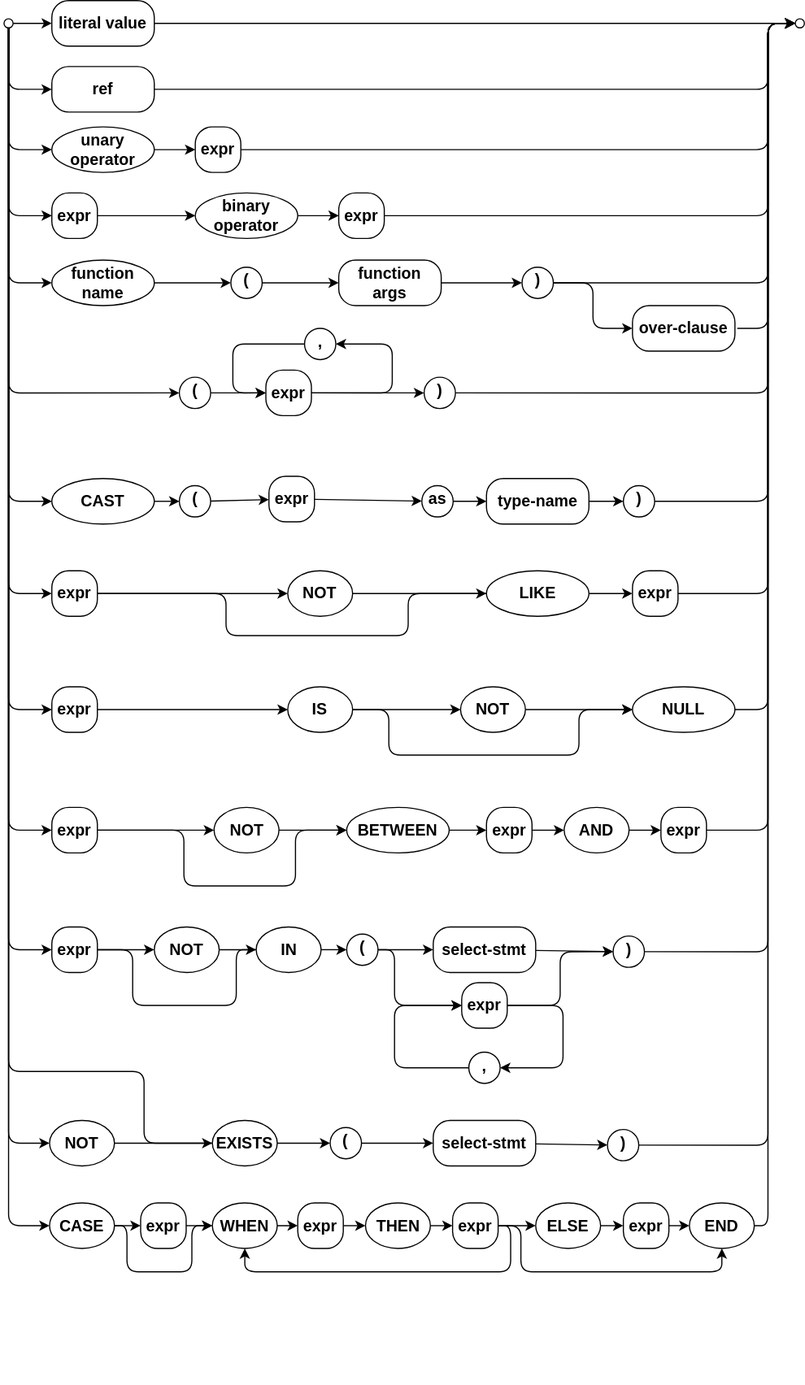
The draw.io diagram assets/cxl/expr.drawio.svg in capire/docs, before a commit. Source tidied: cells renumbered, new cells last; positions are measured from the earlier drawing's top-left corner, leaving out a move shared by most shapes.
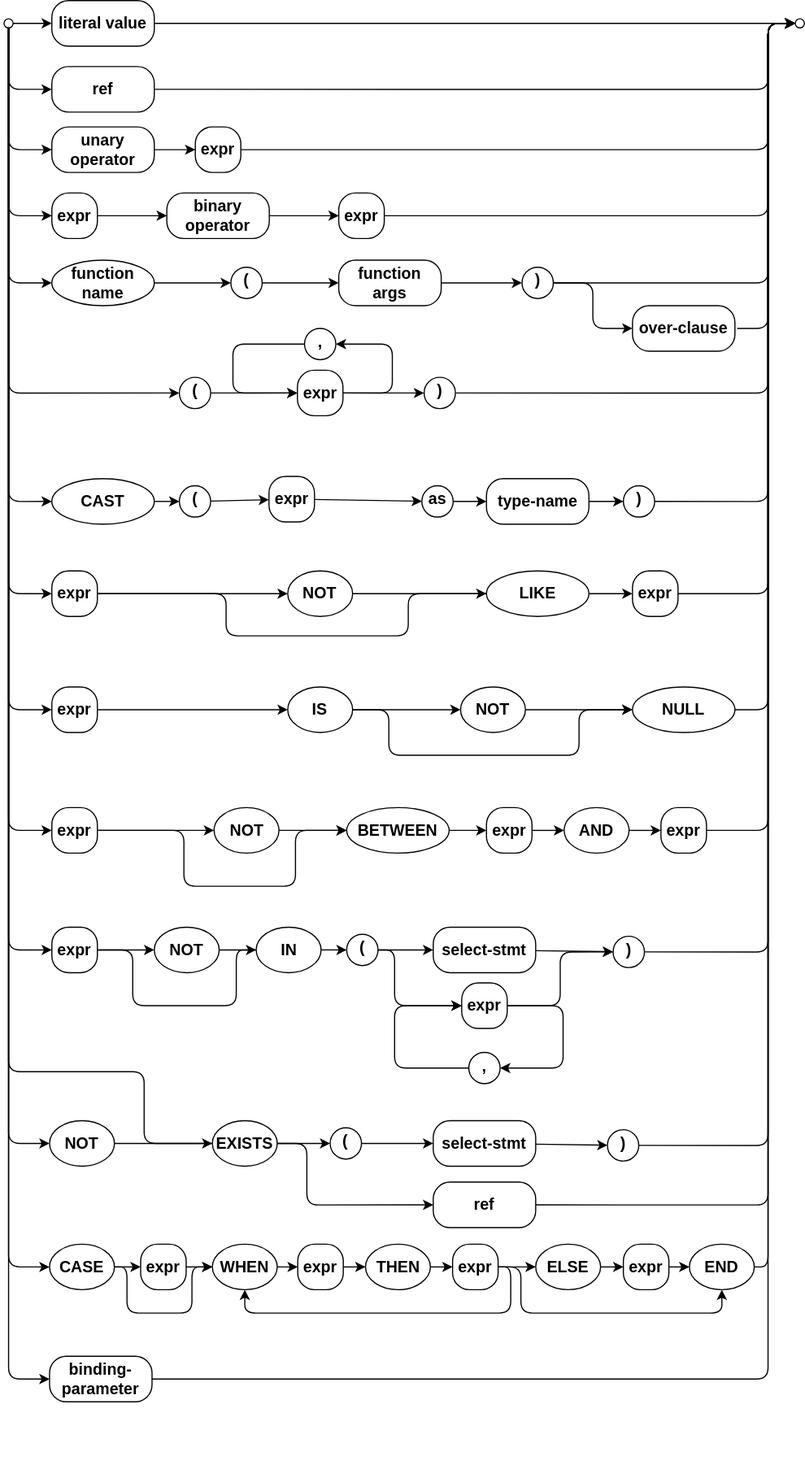
After the commit.

What changed in the source:
```diff
@@ -5,3 +5,3 @@
     <mxCell id="2" value="Best viewed with the &lt;a href=&quot;https://github.com/ariel-bentu/tam-drawio&quot;&gt;TAM plugin&lt;/a&gt;" style="text;html=1;shape=tamPluginMissing;" parent="1" vertex="1">
-      <mxGeometry x="481" y="1191" width="200" height="25" as="geometry" />
+      <mxGeometry x="272.5" y="1261" width="200" height="25" as="geometry" />
     </mxCell>
@@ -26,8 +26,5 @@
     </mxCell>
-    <mxCell id="8" style="edgeStyle=entityRelationEdgeStyle;startArrow=none;endArrow=classic;segment=10;curved=1;sourcePerimeterSpacing=0;targetPerimeterSpacing=0;endFill=1;textDirection=ltr;verticalAlign=middle;spacing=2;strokeWidth=1;fontSize=14;fontStyle=1;horizontal=1;html=1;labelBorderColor=none;textShadow=0;" parent="1" edge="1" source="9" target="14">
+    <mxCell id="8" style="edgeStyle=entityRelationEdgeStyle;startArrow=none;endArrow=classic;segment=10;curved=1;sourcePerimeterSpacing=0;targetPerimeterSpacing=0;endFill=1;textDirection=ltr;verticalAlign=middle;spacing=2;strokeWidth=1;fontSize=14;fontStyle=1;horizontal=1;html=1;labelBorderColor=none;textShadow=0;exitX=1;exitY=0.5;exitDx=0;exitDy=0;" parent="1" edge="1" source="9" target="14">
       <mxGeometry relative="1" as="geometry" />
     </mxCell>
-    <mxCell id="9" value="unary operator" style="ellipse;align=center;newEdgeStyle={&quot;edgeStyle&quot;:&quot;entityRelationEdgeStyle&quot;,&quot;startArrow&quot;:&quot;none&quot;,&quot;endArrow&quot;:&quot;none&quot;,&quot;segment&quot;:10,&quot;curved&quot;:1,&quot;sourcePerimeterSpacing&quot;:0,&quot;targetPerimeterSpacing&quot;:0};textDirection=ltr;verticalAlign=middle;spacing=2;strokeWidth=1;fontSize=14;fontStyle=1;horizontal=1;whiteSpace=wrap;html=1;labelBorderColor=none;textShadow=0;" parent="1" vertex="1">
-      <mxGeometry x="42" y="111" width="90" height="40" as="geometry" />
-    </mxCell>
     <mxCell id="10" value="literal value" style="rounded=1;strokeWidth=1;arcSize=37;textDirection=ltr;verticalAlign=middle;spacing=2;fontSize=14;fontStyle=1;horizontal=1;whiteSpace=wrap;html=1;labelBorderColor=none;textShadow=0;" parent="1" vertex="1">
@@ -63,3 +60,3 @@
     </mxCell>
-    <mxCell id="17" style="edgeStyle=none;textDirection=ltr;verticalAlign=middle;spacing=2;strokeWidth=1;fontSize=14;fontStyle=1;horizontal=1;html=1;labelBorderColor=none;textShadow=0;" parent="1" edge="1" source="18" target="20">
+    <mxCell id="17" style="edgeStyle=none;textDirection=ltr;verticalAlign=middle;spacing=2;strokeWidth=1;fontSize=14;fontStyle=1;horizontal=1;html=1;labelBorderColor=none;textShadow=0;entryX=0;entryY=0.5;entryDx=0;entryDy=0;" parent="1" edge="1" source="18" target="20">
       <mxGeometry relative="1" as="geometry" />
@@ -69,8 +66,2 @@
     </mxCell>
-    <mxCell id="19" style="edgeStyle=entityRelationEdgeStyle;startArrow=none;endArrow=classic;segment=10;curved=1;sourcePerimeterSpacing=0;targetPerimeterSpacing=0;endFill=1;textDirection=ltr;verticalAlign=middle;spacing=2;strokeWidth=1;fontSize=14;fontStyle=1;horizontal=1;html=1;labelBorderColor=none;textShadow=0;" parent="1" edge="1" source="20" target="21">
-      <mxGeometry relative="1" as="geometry" />
-    </mxCell>
-    <mxCell id="20" value="binary operator" style="ellipse;align=center;newEdgeStyle={&quot;edgeStyle&quot;:&quot;entityRelationEdgeStyle&quot;,&quot;startArrow&quot;:&quot;none&quot;,&quot;endArrow&quot;:&quot;none&quot;,&quot;segment&quot;:10,&quot;curved&quot;:1,&quot;sourcePerimeterSpacing&quot;:0,&quot;targetPerimeterSpacing&quot;:0};textDirection=ltr;verticalAlign=middle;spacing=2;strokeWidth=1;fontSize=14;fontStyle=1;horizontal=1;whiteSpace=wrap;html=1;labelBorderColor=none;textShadow=0;" parent="1" vertex="1">
-      <mxGeometry x="168" y="169" width="90" height="40" as="geometry" />
-    </mxCell>
     <mxCell id="21" value="expr" style="rounded=1;strokeWidth=1;arcSize=37;textDirection=ltr;verticalAlign=middle;spacing=2;fontSize=14;fontStyle=1;horizontal=1;whiteSpace=wrap;html=1;labelBorderColor=none;textShadow=0;strokeColor=default;align=center;fontFamily=Helvetica;fontColor=default;fillColor=default;" parent="1" vertex="1">
@@ -125,3 +116,3 @@
     <mxCell id="34" value="expr" style="rounded=1;strokeWidth=1;arcSize=37;textDirection=ltr;verticalAlign=middle;spacing=2;fontSize=14;fontStyle=1;horizontal=1;whiteSpace=wrap;html=1;labelBorderColor=none;textShadow=0;strokeColor=default;align=center;fontFamily=Helvetica;fontColor=default;fillColor=default;" parent="1" vertex="1">
-      <mxGeometry x="230" y="324.8" width="40" height="40" as="geometry" />
+      <mxGeometry x="257.7" y="324.8" width="40" height="40" as="geometry" />
     </mxCell>
@@ -505,3 +496,3 @@
     <mxCell id="126" value="CASE" style="ellipse;align=center;newEdgeStyle={&quot;edgeStyle&quot;:&quot;entityRelationEdgeStyle&quot;,&quot;startArrow&quot;:&quot;none&quot;,&quot;endArrow&quot;:&quot;none&quot;,&quot;segment&quot;:10,&quot;curved&quot;:1,&quot;sourcePerimeterSpacing&quot;:0,&quot;targetPerimeterSpacing&quot;:0};textDirection=ltr;verticalAlign=middle;spacing=2;strokeWidth=1;fontSize=14;fontStyle=1;horizontal=1;whiteSpace=wrap;html=1;labelBorderColor=none;textShadow=0;" parent="1" vertex="1">
-      <mxGeometry x="40" y="1056.5" width="57" height="40" as="geometry" />
+      <mxGeometry x="40" y="1092.5" width="57" height="40" as="geometry" />
     </mxCell>
@@ -511,3 +502,3 @@
     <mxCell id="128" value="WHEN" style="ellipse;align=center;newEdgeStyle={&quot;edgeStyle&quot;:&quot;entityRelationEdgeStyle&quot;,&quot;startArrow&quot;:&quot;none&quot;,&quot;endArrow&quot;:&quot;none&quot;,&quot;segment&quot;:10,&quot;curved&quot;:1,&quot;sourcePerimeterSpacing&quot;:0,&quot;targetPerimeterSpacing&quot;:0};textDirection=ltr;verticalAlign=middle;spacing=2;strokeWidth=1;fontSize=14;fontStyle=1;horizontal=1;whiteSpace=wrap;html=1;labelBorderColor=none;textShadow=0;" parent="1" vertex="1">
-      <mxGeometry x="183" y="1056.5" width="57" height="40" as="geometry" />
+      <mxGeometry x="183" y="1092.5" width="57" height="40" as="geometry" />
     </mxCell>
@@ -517,3 +508,3 @@
     <mxCell id="130" value="expr" style="rounded=1;strokeWidth=1;arcSize=37;textDirection=ltr;verticalAlign=middle;spacing=2;fontSize=14;fontStyle=1;horizontal=1;whiteSpace=wrap;html=1;labelBorderColor=none;textShadow=0;strokeColor=default;align=center;fontFamily=Helvetica;fontColor=default;fillColor=default;" parent="1" vertex="1">
-      <mxGeometry x="120" y="1056.5" width="40" height="40" as="geometry" />
+      <mxGeometry x="120" y="1092.5" width="40" height="40" as="geometry" />
     </mxCell>
@@ -523,3 +514,3 @@
     <mxCell id="132" value="expr" style="rounded=1;strokeWidth=1;arcSize=37;textDirection=ltr;verticalAlign=middle;spacing=2;fontSize=14;fontStyle=1;horizontal=1;whiteSpace=wrap;html=1;labelBorderColor=none;textShadow=0;strokeColor=default;align=center;fontFamily=Helvetica;fontColor=default;fillColor=default;" parent="1" vertex="1">
-      <mxGeometry x="258" y="1056.5" width="40" height="40" as="geometry" />
+      <mxGeometry x="258" y="1092.5" width="40" height="40" as="geometry" />
     </mxCell>
@@ -529,3 +520,3 @@
     <mxCell id="134" value="THEN" style="ellipse;align=center;newEdgeStyle={&quot;edgeStyle&quot;:&quot;entityRelationEdgeStyle&quot;,&quot;startArrow&quot;:&quot;none&quot;,&quot;endArrow&quot;:&quot;none&quot;,&quot;segment&quot;:10,&quot;curved&quot;:1,&quot;sourcePerimeterSpacing&quot;:0,&quot;targetPerimeterSpacing&quot;:0};textDirection=ltr;verticalAlign=middle;spacing=2;strokeWidth=1;fontSize=14;fontStyle=1;horizontal=1;whiteSpace=wrap;html=1;labelBorderColor=none;textShadow=0;" parent="1" vertex="1">
-      <mxGeometry x="317.5" y="1056.5" width="57" height="40" as="geometry" />
+      <mxGeometry x="317.5" y="1092.5" width="57" height="40" as="geometry" />
     </mxCell>
@@ -534,6 +525,6 @@
         <Array as="points">
-          <mxPoint x="108" y="1077" />
-          <mxPoint x="108" y="1117" />
-          <mxPoint x="165" y="1117" />
-          <mxPoint x="165" y="1077" />
+          <mxPoint x="108" y="1113" />
+          <mxPoint x="108" y="1153" />
+          <mxPoint x="165" y="1153" />
+          <mxPoint x="165" y="1113" />
         </Array>
@@ -542,3 +533,3 @@
     <mxCell id="136" value="expr" style="rounded=1;strokeWidth=1;arcSize=37;textDirection=ltr;verticalAlign=middle;spacing=2;fontSize=14;fontStyle=1;horizontal=1;whiteSpace=wrap;html=1;labelBorderColor=none;textShadow=0;strokeColor=default;align=center;fontFamily=Helvetica;fontColor=default;fillColor=default;" parent="1" vertex="1">
-      <mxGeometry x="394" y="1056.5" width="40" height="40" as="geometry" />
+      <mxGeometry x="394" y="1092.5" width="40" height="40" as="geometry" />
     </mxCell>
@@ -547,5 +538,5 @@
         <Array as="points">
-          <mxPoint x="445" y="1077" />
-          <mxPoint x="445" y="1117" />
-          <mxPoint x="211" y="1117" />
+          <mxPoint x="445" y="1113" />
+          <mxPoint x="445" y="1153" />
+          <mxPoint x="211" y="1153" />
         </Array>
@@ -557,3 +548,3 @@
     <mxCell id="139" value="ELSE" style="ellipse;align=center;newEdgeStyle={&quot;edgeStyle&quot;:&quot;entityRelationEdgeStyle&quot;,&quot;startArrow&quot;:&quot;none&quot;,&quot;endArrow&quot;:&quot;none&quot;,&quot;segment&quot;:10,&quot;curved&quot;:1,&quot;sourcePerimeterSpacing&quot;:0,&quot;targetPerimeterSpacing&quot;:0};textDirection=ltr;verticalAlign=middle;spacing=2;strokeWidth=1;fontSize=14;fontStyle=1;horizontal=1;whiteSpace=wrap;html=1;labelBorderColor=none;textShadow=0;" parent="1" vertex="1">
-      <mxGeometry x="467" y="1056.5" width="57" height="40" as="geometry" />
+      <mxGeometry x="467" y="1092.5" width="57" height="40" as="geometry" />
     </mxCell>
@@ -566,6 +557,6 @@
     <mxCell id="142" value="expr" style="rounded=1;strokeWidth=1;arcSize=37;textDirection=ltr;verticalAlign=middle;spacing=2;fontSize=14;fontStyle=1;horizontal=1;whiteSpace=wrap;html=1;labelBorderColor=none;textShadow=0;strokeColor=default;align=center;fontFamily=Helvetica;fontColor=default;fillColor=default;" parent="1" vertex="1">
-      <mxGeometry x="544" y="1056.5" width="40" height="40" as="geometry" />
+      <mxGeometry x="544" y="1092.5" width="40" height="40" as="geometry" />
     </mxCell>
     <mxCell id="143" value="END" style="ellipse;align=center;newEdgeStyle={&quot;edgeStyle&quot;:&quot;entityRelationEdgeStyle&quot;,&quot;startArrow&quot;:&quot;none&quot;,&quot;endArrow&quot;:&quot;none&quot;,&quot;segment&quot;:10,&quot;curved&quot;:1,&quot;sourcePerimeterSpacing&quot;:0,&quot;targetPerimeterSpacing&quot;:0};textDirection=ltr;verticalAlign=middle;spacing=2;strokeWidth=1;fontSize=14;fontStyle=1;horizontal=1;whiteSpace=wrap;html=1;labelBorderColor=none;textShadow=0;" parent="1" vertex="1">
-      <mxGeometry x="602" y="1056.5" width="57" height="40" as="geometry" />
+      <mxGeometry x="602" y="1092.5" width="57" height="40" as="geometry" />
     </mxCell>
@@ -574,6 +565,5 @@
         <Array as="points">
-          <mxPoint x="454" y="1077" />
-          <mxPoint x="454" y="1117" />
-          <mxPoint x="631" y="1117" />
-          <mxPoint x="631" y="1097" />
+          <mxPoint x="454" y="1113" />
+          <mxPoint x="454" y="1153" />
+          <mxPoint x="631" y="1153" />
         </Array>
@@ -584,6 +574,6 @@
     </mxCell>
-    <mxCell id="146" style="edgeStyle=orthogonalEdgeStyle;rounded=1;jettySize=auto;exitX=1;exitY=0.5;exitDx=0;exitDy=0;entryX=0;entryY=0.5;entryDx=0;entryDy=0;startArrow=none;startFill=0;endArrow=classic;endFill=1;startSize=6;endSize=6;align=center;textDirection=ltr;verticalAlign=middle;spacing=2;strokeWidth=1;fontSize=14;fontStyle=1;horizontal=1;html=1;labelBorderColor=none;textShadow=0;" parent="1" edge="1" source="143" target="7">
+    <mxCell id="146" style="edgeStyle=orthogonalEdgeStyle;rounded=1;jettySize=auto;exitX=1;exitY=0.5;exitDx=0;exitDy=0;startArrow=none;startFill=0;endArrow=classic;endFill=1;startSize=6;endSize=6;align=center;textDirection=ltr;verticalAlign=middle;spacing=2;strokeWidth=1;fontSize=14;fontStyle=1;horizontal=1;html=1;labelBorderColor=none;textShadow=0;entryX=0;entryY=0.5;entryDx=0;entryDy=0;" parent="1" edge="1" source="143" target="7">
       <mxGeometry relative="1" as="geometry">
         <Array as="points">
-          <mxPoint x="671" y="1077" />
+          <mxPoint x="671" y="1112" />
           <mxPoint x="671" y="20" />
@@ -592,2 +582,44 @@
     </mxCell>
+    <mxCell id="9" value="unary operator" style="rounded=1;strokeWidth=1;arcSize=37;textDirection=ltr;verticalAlign=middle;spacing=2;fontSize=14;fontStyle=1;horizontal=1;whiteSpace=wrap;html=1;labelBorderColor=none;textShadow=0;" parent="1" vertex="1">
+      <mxGeometry x="42" y="111" width="90" height="40" as="geometry" />
+    </mxCell>
+    <mxCell id="19" style="edgeStyle=none;html=1;exitX=1;exitY=0.5;exitDx=0;exitDy=0;entryX=0;entryY=0.5;entryDx=0;entryDy=0;" parent="1" edge="1" source="20" target="21">
+      <mxGeometry relative="1" as="geometry" />
+    </mxCell>
+    <mxCell id="20" value="binary operator" style="rounded=1;strokeWidth=1;arcSize=37;textDirection=ltr;verticalAlign=middle;spacing=2;fontSize=14;fontStyle=1;horizontal=1;whiteSpace=wrap;html=1;labelBorderColor=none;textShadow=0;" parent="1" vertex="1">
+      <mxGeometry x="143" y="169" width="90" height="40" as="geometry" />
+    </mxCell>
+    <mxCell id="147" value="binding-parameter" style="rounded=1;strokeWidth=1;arcSize=37;textDirection=ltr;verticalAlign=middle;spacing=2;fontSize=14;fontStyle=1;horizontal=1;whiteSpace=wrap;html=1;labelBorderColor=none;textShadow=0;" parent="1" vertex="1">
+      <mxGeometry x="40" y="1191" width="90" height="40" as="geometry" />
+    </mxCell>
+    <mxCell id="148" style="edgeStyle=orthogonalEdgeStyle;rounded=1;jettySize=auto;html=1;exitX=0.5;exitY=1;exitDx=0;exitDy=0;entryX=0;entryY=0.5;entryDx=0;entryDy=0;startArrow=none;startFill=0;endArrow=classic;endFill=1;startSize=6;endSize=6;align=center;fontSize=12;labelBackgroundColor=none;" parent="1" edge="1" source="4" target="147">
+      <mxGeometry relative="1" as="geometry" />
+    </mxCell>
+    <mxCell id="149" style="edgeStyle=orthogonalEdgeStyle;rounded=1;jettySize=auto;html=1;exitX=1;exitY=0.5;exitDx=0;exitDy=0;entryX=0;entryY=0.5;entryDx=0;entryDy=0;startArrow=none;startFill=0;endArrow=classic;endFill=1;startSize=6;endSize=6;align=center;fontSize=12;labelBackgroundColor=none;" parent="1" edge="1" source="147" target="7">
+      <mxGeometry relative="1" as="geometry">
+        <Array as="points">
+          <mxPoint x="671" y="1211" />
+          <mxPoint x="671" y="20" />
+        </Array>
+      </mxGeometry>
+    </mxCell>
+    <mxCell id="150" value="ref" style="rounded=1;strokeWidth=1;arcSize=37;textDirection=ltr;verticalAlign=middle;spacing=2;fontSize=14;fontStyle=1;horizontal=1;whiteSpace=wrap;html=1;labelBorderColor=none;textShadow=0;" parent="1" vertex="1">
+      <mxGeometry x="377" y="1038" width="90" height="40" as="geometry" />
+    </mxCell>
+    <mxCell id="151" style="edgeStyle=orthogonalEdgeStyle;rounded=1;jettySize=auto;html=1;exitX=1;exitY=0.5;exitDx=0;exitDy=0;entryX=0;entryY=0.5;entryDx=0;entryDy=0;startArrow=none;startFill=0;endArrow=classic;endFill=1;startSize=6;endSize=6;align=center;fontSize=12;labelBackgroundColor=none;" parent="1" edge="1" source="114" target="150">
+      <mxGeometry relative="1" as="geometry">
+        <Array as="points">
+          <mxPoint x="266" y="1004" />
+          <mxPoint x="266" y="1058" />
+        </Array>
+      </mxGeometry>
+    </mxCell>
+    <mxCell id="152" style="edgeStyle=orthogonalEdgeStyle;rounded=1;jettySize=auto;html=1;exitX=1;exitY=0.5;exitDx=0;exitDy=0;entryX=0;entryY=0.5;entryDx=0;entryDy=0;startArrow=none;startFill=0;endArrow=classic;endFill=1;startSize=6;endSize=6;align=center;fontSize=12;labelBackgroundColor=none;" parent="1" edge="1" source="150" target="7">
+      <mxGeometry relative="1" as="geometry">
+        <Array as="points">
+          <mxPoint x="671" y="1058" />
+          <mxPoint x="671" y="20" />
+        </Array>
+      </mxGeometry>
+    </mxCell>
   </root>
```
